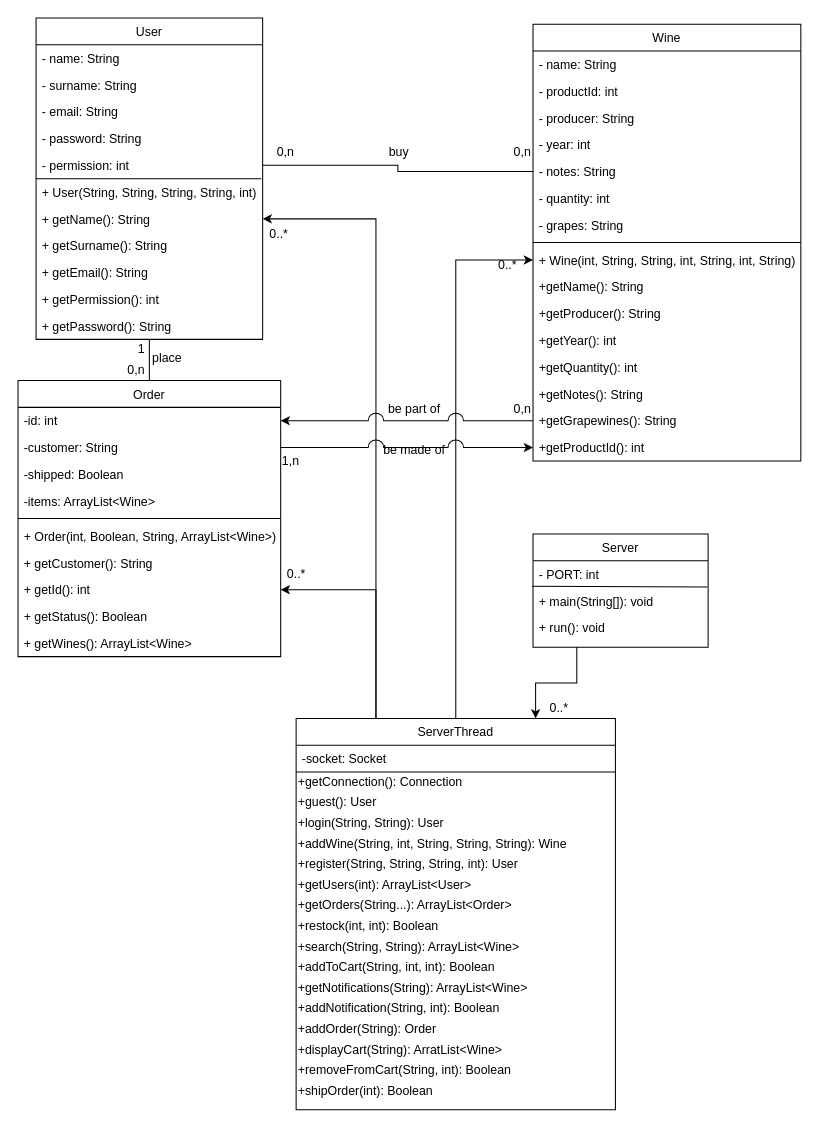
Sclafus/Ecommerce-Server keeps this draw.io diagram as UML/ServerClassesDiagram.drawio. Above is the earlier version. Source tidied: cells renumbered, new cells numbered last; positions are measured from the earlier drawing's top-left corner, leaving out a move shared by most shapes. Both pictures are drawn from the tidied source at 103%, with x=0, y=0 at pixel (18, 18).
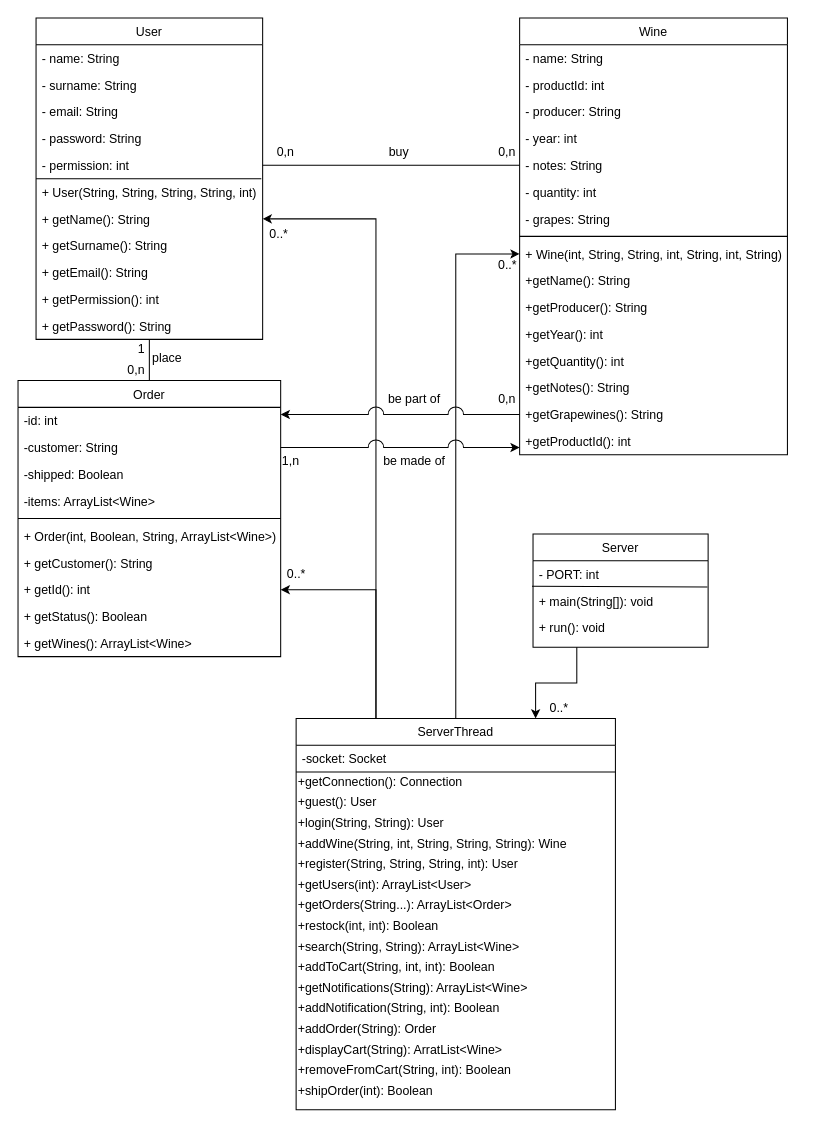
The same page after the edit.

The change refers to these unchanged cells:
```xml
<mxCell id="3" value="-id: int" style="text;align=left;verticalAlign=top;spacingLeft=4;spacingRight=4;overflow=hidden;points=[[0,0.5],[1,0.5]];portConstraint=eastwest;" parent="2" vertex="1">
  <mxGeometry y="26" width="255" height="26" as="geometry" />
</mxCell>
<mxCell id="4" value="-customer: String" style="text;align=left;verticalAlign=top;spacingLeft=4;spacingRight=4;overflow=hidden;points=[[0,0.5],[1,0.5]];portConstraint=eastwest;rounded=0;shadow=0;html=0;" parent="2" vertex="1">
  <mxGeometry y="52" width="255" height="26" as="geometry" />
</mxCell>
<mxCell id="28" value="+getGrapewines(): String" style="text;align=left;verticalAlign=top;spacingLeft=4;spacingRight=4;overflow=hidden;points=[[0,0.5],[1,0.5]];portConstraint=eastwest;rounded=0;shadow=0;html=0;" parent="13" vertex="1">
  <mxGeometry y="372" width="260" height="26" as="geometry" />
</mxCell>
<mxCell id="29" value="+getProductId(): int" style="text;align=left;verticalAlign=top;spacingLeft=4;spacingRight=4;overflow=hidden;points=[[0,0.5],[1,0.5]];portConstraint=eastwest;rounded=0;shadow=0;html=0;" parent="13" vertex="1">
  <mxGeometry y="398" width="260" height="26" as="geometry" />
</mxCell>
```

Change to the diagram source:
```diff
@@
     <mxCell id="13" value="Wine" style="swimlane;fontStyle=0;align=center;verticalAlign=top;horizontal=1;startSize=26;rounded=0;shadow=0;strokeWidth=1;" parent="1" vertex="1">
-      <mxGeometry x="500" y="6" width="260" height="424" as="geometry" />
+      <mxGeometry x="487" width="260" height="424" as="geometry" />
     </mxCell>
@@
     <mxCell id="71" value="0,n" style="text;html=1;strokeColor=none;fillColor=none;align=center;verticalAlign=middle;whiteSpace=wrap;rounded=0;" parent="1" vertex="1">
-      <mxGeometry x="480" y="120" width="20" height="20" as="geometry" />
+      <mxGeometry x="465" y="120" width="20" height="20" as="geometry" />
     </mxCell>
@@
     <mxCell id="78" value="0,n" style="text;html=1;strokeColor=none;fillColor=none;align=center;verticalAlign=middle;whiteSpace=wrap;rounded=0;" parent="1" vertex="1">
-      <mxGeometry x="480" y="370" width="20" height="20" as="geometry" />
+      <mxGeometry x="465" y="360" width="20" height="20" as="geometry" />
     </mxCell>
     <mxCell id="79" value="be part of" style="text;html=1;strokeColor=none;fillColor=none;align=center;verticalAlign=middle;whiteSpace=wrap;rounded=0;" parent="1" vertex="1">
-      <mxGeometry x="355" y="370" width="60" height="20" as="geometry" />
+      <mxGeometry x="355" y="360" width="60" height="20" as="geometry" />
     </mxCell>
@@
     <mxCell id="81" value="be made of" style="text;html=1;strokeColor=none;fillColor=none;align=center;verticalAlign=middle;whiteSpace=wrap;rounded=0;" parent="1" vertex="1">
-      <mxGeometry x="350" y="410" width="70" height="20" as="geometry" />
+      <mxGeometry x="350" y="420" width="70" height="20" as="geometry" />
     </mxCell>
@@
-    <mxCell id="86" style="edgeStyle=orthogonalEdgeStyle;rounded=0;sketch=0;jumpStyle=arc;jumpSize=15;jettySize=auto;html=1;exitX=0;exitY=0.5;exitDx=0;exitDy=0;entryX=1;entryY=0.5;entryDx=0;entryDy=0;startArrow=none;startFill=0;endArrow=classic;endFill=1;" parent="1" edge="1" source="28" target="3">
-      <mxGeometry relative="1" as="geometry" />
+    <mxCell id="86" style="edgeStyle=orthogonalEdgeStyle;rounded=0;sketch=0;jumpStyle=arc;jumpSize=15;jettySize=auto;html=1;exitX=0;exitY=0.5;exitDx=0;exitDy=0;startArrow=none;startFill=0;endArrow=classic;endFill=1;" parent="1" edge="1" source="28">
+      <mxGeometry relative="1" as="geometry">
+        <mxPoint x="255" y="385" as="targetPoint" />
+        <Array as="points">
+          <mxPoint x="255" y="385" />
+        </Array>
+      </mxGeometry>
     </mxCell>
-    <mxCell id="87" style="edgeStyle=orthogonalEdgeStyle;rounded=0;sketch=0;jumpStyle=arc;jumpSize=15;jettySize=auto;html=1;exitX=1;exitY=0.5;exitDx=0;exitDy=0;entryX=0;entryY=0.5;entryDx=0;entryDy=0;startArrow=none;startFill=0;endArrow=classic;endFill=1;" parent="1" edge="1" source="4" target="29">
-      <mxGeometry relative="1" as="geometry" />
+    <mxCell id="87" style="edgeStyle=orthogonalEdgeStyle;rounded=0;sketch=0;jumpStyle=arc;jumpSize=15;jettySize=auto;html=1;exitX=1;exitY=0.5;exitDx=0;exitDy=0;startArrow=none;startFill=0;endArrow=classic;endFill=1;" parent="1" edge="1" source="4">
+      <mxGeometry relative="1" as="geometry">
+        <mxPoint x="487" y="417" as="targetPoint" />
+        <Array as="points">
+          <mxPoint x="380" y="417" />
+          <mxPoint x="380" y="417" />
+        </Array>
+      </mxGeometry>
     </mxCell>
```
